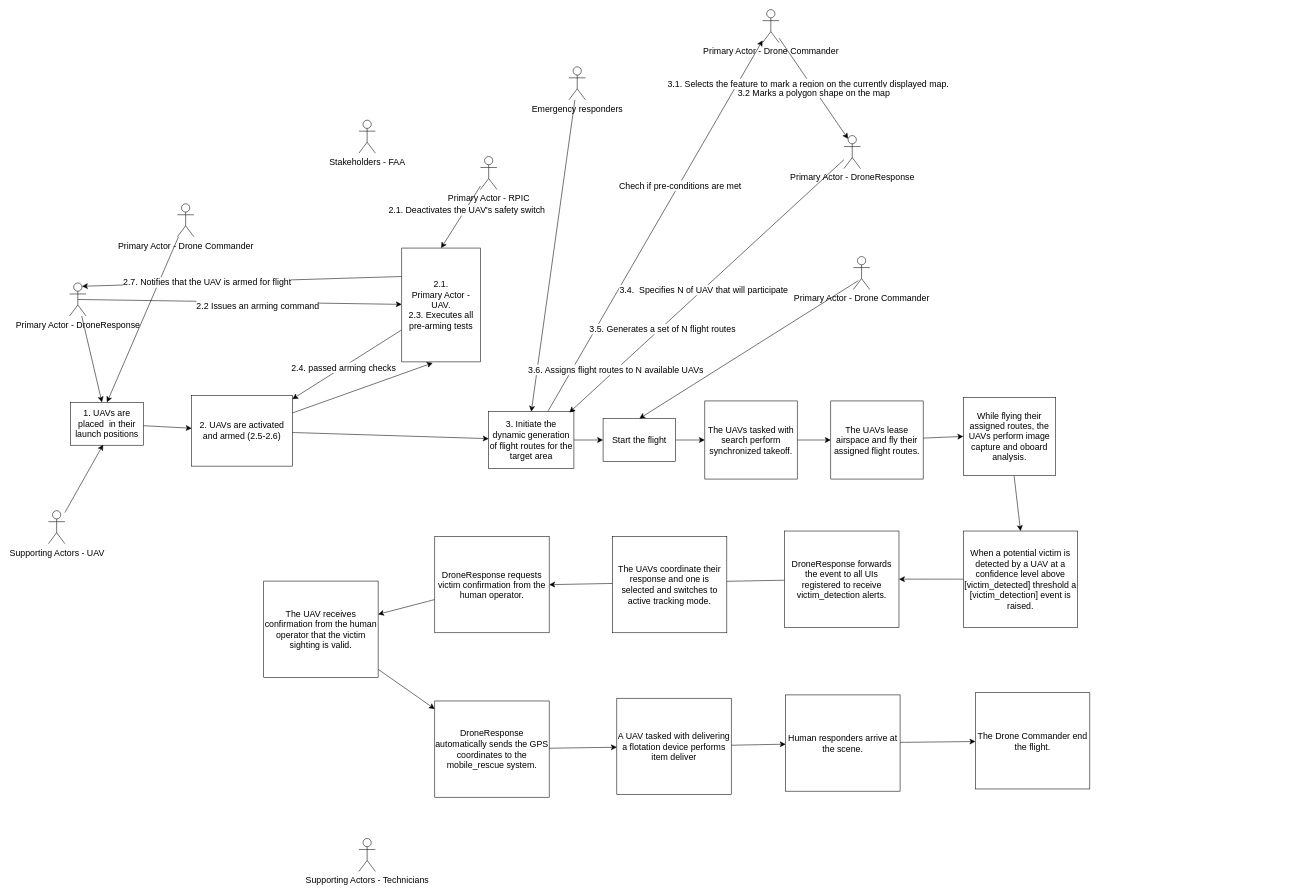
This is Untitled Diagram.drawio from bekzod-amonov/Software-Engineering, a draw.io file, before an edit. Source tidied: cells renumbered, new cells numbered last; positions are measured from the earlier drawing's top-left corner, leaving out a move shared by most shapes. Both pictures are drawn from the tidied source at 55%, with x=0, y=0 at pixel (48, 9).
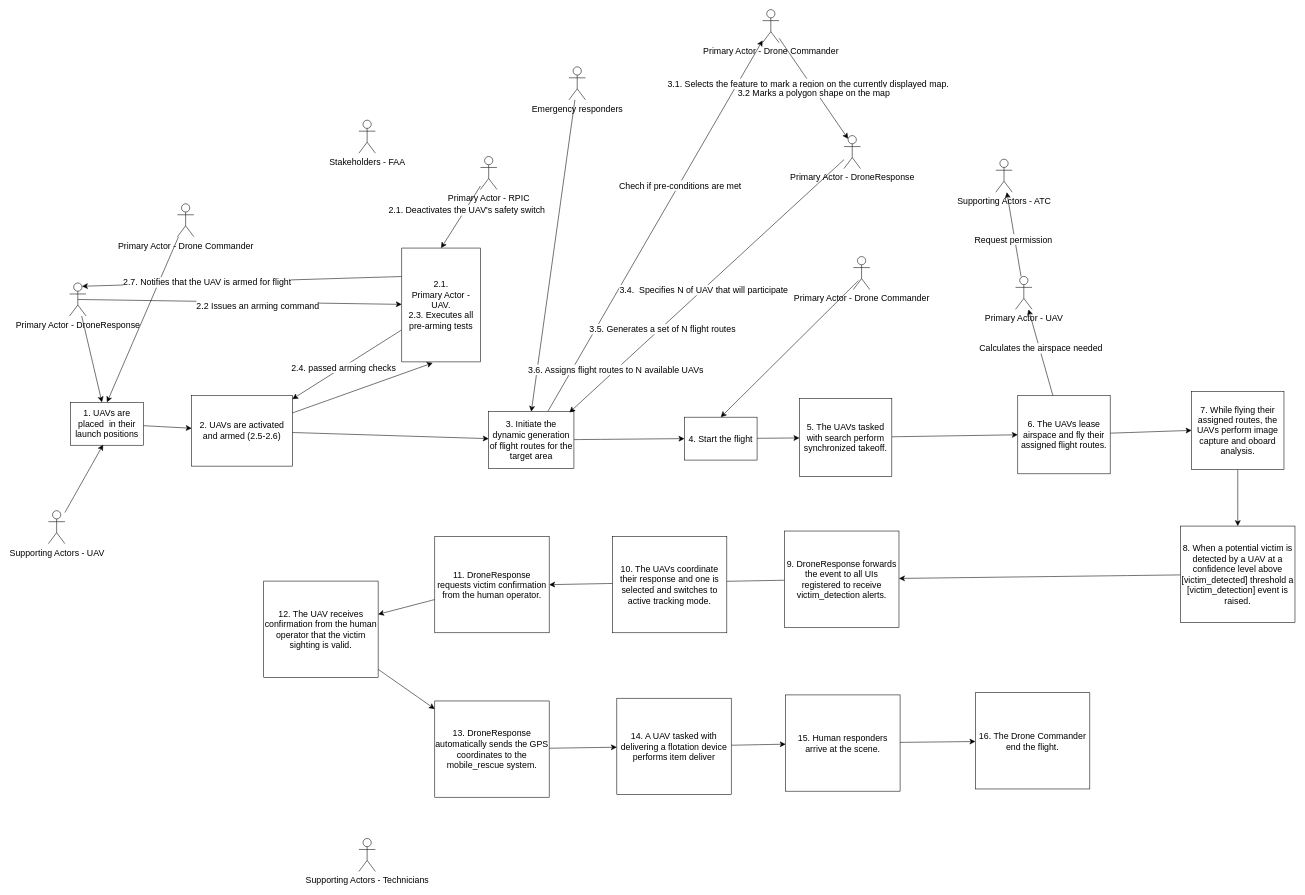
Above is the later version.

The edit, as a diff of the source:
```diff
@@
-    <mxCell id="19" value="Start the flight" style="rounded=0;whiteSpace=wrap;html=1;fontSize=16;" parent="1" vertex="1">
-      <mxGeometry x="1008" y="743.5" width="132" height="78" as="geometry" />
+    <mxCell id="19" value="4. Start the flight" style="rounded=0;whiteSpace=wrap;html=1;fontSize=16;" parent="1" vertex="1">
+      <mxGeometry x="1156" y="741" width="132" height="78" as="geometry" />
     </mxCell>
@@
-    <mxCell id="21" value="The UAVs tasked with search perform synchronized takeoff." style="rounded=0;whiteSpace=wrap;html=1;fontSize=16;" parent="1" vertex="1">
-      <mxGeometry x="1193" y="711.5" width="168" height="142" as="geometry" />
+    <mxCell id="21" value="5. The UAVs tasked with search perform synchronized takeoff." style="rounded=0;whiteSpace=wrap;html=1;fontSize=16;" parent="1" vertex="1">
+      <mxGeometry x="1365" y="707" width="168" height="142" as="geometry" />
     </mxCell>
@@
+    <mxCell id="66" style="edgeStyle=none;curved=1;rounded=0;jettySize=auto;html=1;fontSize=12;startSize=8;endSize=8;" parent="1" edge="1" source="23" target="71">
+      <mxGeometry relative="1" as="geometry" />
+    </mxCell>
+    <mxCell id="67" value="Calculates the airspace needed" style="edgeLabel;html=1;align=center;verticalAlign=middle;fontSize=16;" parent="66" vertex="1">
+      <mxGeometry x="0.08" y="-2" relative="1" as="geometry">
+        <mxPoint y="-1" as="offset" />
+      </mxGeometry>
+    </mxCell>
-    <mxCell id="23" value="The UAVs lease airspace and fly their assigned flight routes." style="rounded=0;whiteSpace=wrap;html=1;fontSize=16;" parent="1" vertex="1">
-      <mxGeometry x="1422" y="711.5" width="168" height="142" as="geometry" />
+    <mxCell id="23" value="6. The UAVs lease airspace and fly their assigned flight routes." style="rounded=0;whiteSpace=wrap;html=1;fontSize=16;" parent="1" vertex="1">
+      <mxGeometry x="1762" y="702" width="168" height="142" as="geometry" />
     </mxCell>
@@
-    <mxCell id="25" value="While flying their assigned routes, the UAVs perform image capture and oboard analysis." style="rounded=0;whiteSpace=wrap;html=1;fontSize=16;" parent="1" vertex="1">
-      <mxGeometry x="1663" y="705" width="168" height="142" as="geometry" />
+    <mxCell id="25" value="7. While flying their assigned routes, the UAVs perform image capture and oboard analysis." style="rounded=0;whiteSpace=wrap;html=1;fontSize=16;" parent="1" vertex="1">
+      <mxGeometry x="2078" y="694" width="168" height="142" as="geometry" />
     </mxCell>
@@
-    <mxCell id="27" value="When a potential victim is detected by a UAV at a confidence level above [victim_detected] threshold a [victim_detection] event is raised." style="rounded=0;whiteSpace=wrap;html=1;fontSize=16;" parent="1" vertex="1">
-      <mxGeometry x="1663" y="948" width="208" height="175" as="geometry" />
+    <mxCell id="27" value="8. When a potential victim is detected by a UAV at a confidence level above [victim_detected] threshold a [victim_detection] event is raised." style="rounded=0;whiteSpace=wrap;html=1;fontSize=16;" parent="1" vertex="1">
+      <mxGeometry x="2058" y="939" width="208" height="175" as="geometry" />
     </mxCell>
@@
-    <mxCell id="29" value="DroneResponse forwards the event to all UIs registered to receive victim_detection alerts." style="rounded=0;whiteSpace=wrap;html=1;fontSize=16;" parent="1" vertex="1">
+    <mxCell id="29" value="9. DroneResponse forwards the event to all UIs registered to receive victim_detection alerts." style="rounded=0;whiteSpace=wrap;html=1;fontSize=16;" parent="1" vertex="1">
       <mxGeometry x="1338" y="948" width="208" height="175" as="geometry" />
     </mxCell>
@@
-    <mxCell id="31" value="DroneResponse requests victim confirmation from the human operator." style="rounded=0;whiteSpace=wrap;html=1;fontSize=16;" parent="1" vertex="1">
+    <mxCell id="31" value="11. DroneResponse requests victim confirmation from the human operator." style="rounded=0;whiteSpace=wrap;html=1;fontSize=16;" parent="1" vertex="1">
       <mxGeometry x="702" y="958" width="208" height="175" as="geometry" />
     </mxCell>
-    <mxCell id="32" value="The UAVs coordinate their response and one is selected and switches to active tracking mode." style="rounded=0;whiteSpace=wrap;html=1;fontSize=16;" parent="1" vertex="1">
+    <mxCell id="32" value="10. The UAVs coordinate their response and one is selected and switches to active tracking mode." style="rounded=0;whiteSpace=wrap;html=1;fontSize=16;" parent="1" vertex="1">
       <mxGeometry x="1025" y="958" width="208" height="175" as="geometry" />
     </mxCell>
@@
-    <mxCell id="34" value="The UAV receives confirmation from the human operator that the victim sighting is valid." style="rounded=0;whiteSpace=wrap;html=1;fontSize=16;" parent="1" vertex="1">
+    <mxCell id="34" value="12. The UAV receives confirmation from the human operator that the victim sighting is valid." style="rounded=0;whiteSpace=wrap;html=1;fontSize=16;" parent="1" vertex="1">
       <mxGeometry x="391" y="1039" width="208" height="175" as="geometry" />
     </mxCell>
@@
-    <mxCell id="36" value="DroneResponse automatically sends the GPS coordinates to the mobile_rescue system." style="rounded=0;whiteSpace=wrap;html=1;fontSize=16;" parent="1" vertex="1">
+    <mxCell id="36" value="13. DroneResponse automatically sends the GPS coordinates to the mobile_rescue system." style="rounded=0;whiteSpace=wrap;html=1;fontSize=16;" parent="1" vertex="1">
       <mxGeometry x="702" y="1257" width="208" height="175" as="geometry" />
     </mxCell>
@@
-    <mxCell id="38" value="A UAV tasked with delivering a flotation device performs item deliver" style="rounded=0;whiteSpace=wrap;html=1;fontSize=16;" parent="1" vertex="1">
+    <mxCell id="38" value="14. A UAV tasked with delivering a flotation device performs item deliver" style="rounded=0;whiteSpace=wrap;html=1;fontSize=16;" parent="1" vertex="1">
       <mxGeometry x="1033" y="1252" width="208" height="175" as="geometry" />
     </mxCell>
@@
-    <mxCell id="40" value="Human responders arrive at the scene." style="rounded=0;whiteSpace=wrap;html=1;fontSize=16;" parent="1" vertex="1">
+    <mxCell id="40" value="15. Human responders arrive at the scene." style="rounded=0;whiteSpace=wrap;html=1;fontSize=16;" parent="1" vertex="1">
       <mxGeometry x="1340" y="1246" width="208" height="175" as="geometry" />
     </mxCell>
-    <mxCell id="41" value="The Drone Commander end the flight." style="rounded=0;whiteSpace=wrap;html=1;fontSize=16;" parent="1" vertex="1">
+    <mxCell id="41" value="16. The Drone Commander end the flight." style="rounded=0;whiteSpace=wrap;html=1;fontSize=16;" parent="1" vertex="1">
       <mxGeometry x="1685" y="1242" width="208" height="175" as="geometry" />
     </mxCell>
@@
+    <mxCell id="68" value="Supporting Actors - ATC" style="shape=umlActor;verticalLabelPosition=bottom;verticalAlign=top;html=1;fontSize=16;" parent="1" vertex="1">
+      <mxGeometry x="1722" y="272" width="30" height="60" as="geometry" />
+    </mxCell>
+    <mxCell id="69" style="edgeStyle=none;curved=1;rounded=0;jettySize=auto;html=1;fontSize=12;startSize=8;endSize=8;" parent="1" edge="1" source="71" target="68">
+      <mxGeometry relative="1" as="geometry" />
+    </mxCell>
+    <mxCell id="70" value="Request permission" style="edgeLabel;html=1;align=center;verticalAlign=middle;fontSize=16;" parent="69" vertex="1">
+      <mxGeometry x="0.15" y="-1" relative="1" as="geometry">
+        <mxPoint x="-1" y="20" as="offset" />
+      </mxGeometry>
+    </mxCell>
+    <mxCell id="71" value="Primary Actor - UAV" style="shape=umlActor;verticalLabelPosition=bottom;verticalAlign=top;html=1;fontSize=16;" parent="1" vertex="1">
+      <mxGeometry x="1758" y="485" width="30" height="60" as="geometry" />
+    </mxCell>
```
